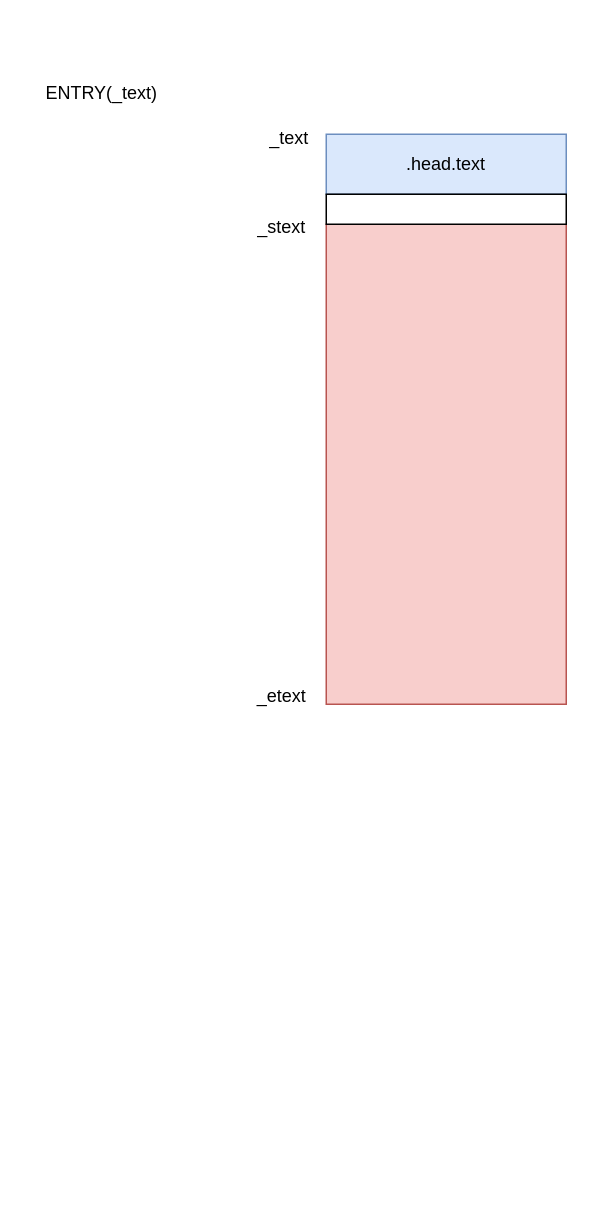
The draw.io diagram linux/linux_boot.drawio in Aspiresky/draw.io, before the edit. Source tidied: cells renumbered, new cells numbered last; positions are measured from the earlier drawing's top-left corner, leaving out a move shared by most shapes. Both pictures are drawn from the tidied source at 150%, with x=0, y=0 at pixel (26, 70).
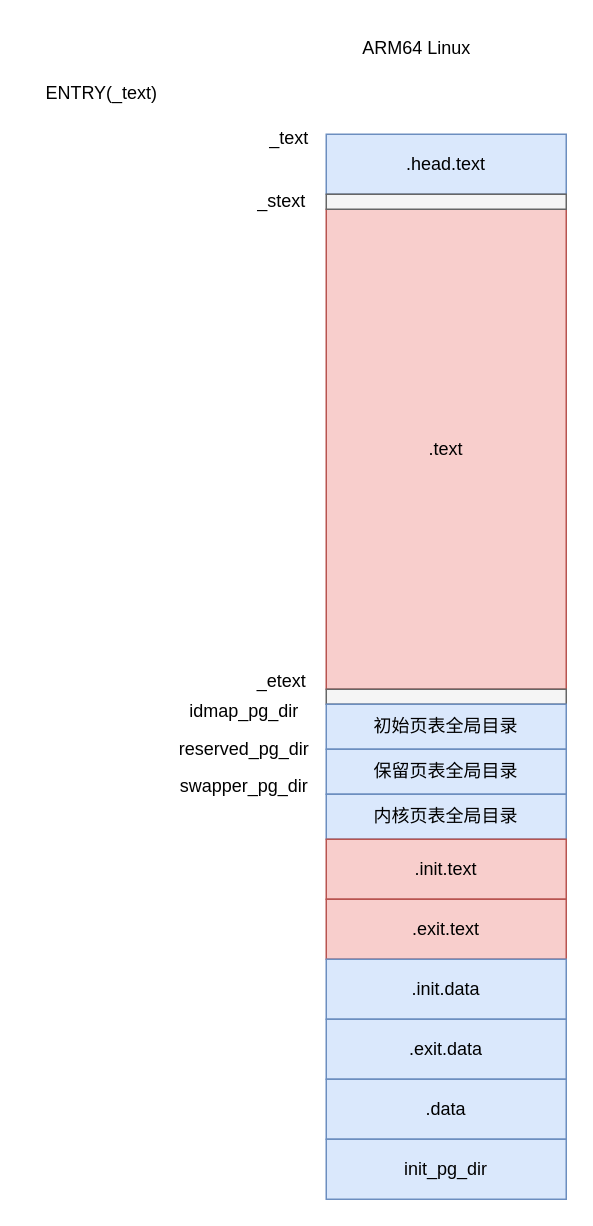
The same diagram, later.

What changed in the source:
```diff
@@
-    <mxCell id="3" style="rounded=0;whiteSpace=wrap;html=1;fillColor=#f8cecc;strokeColor=#b85450;" parent="1" vertex="1">
-      <mxGeometry x="200" y="102" width="160" height="320" as="geometry" />
+    <mxCell id="3" value=".text" style="rounded=0;whiteSpace=wrap;html=1;fillColor=#f8cecc;strokeColor=#b85450;" parent="1" vertex="1">
+      <mxGeometry x="200" y="92" width="160" height="320" as="geometry" />
     </mxCell>
@@
     <mxCell id="6" value="_stext" style="text;html=1;align=center;verticalAlign=middle;strokeColor=none;fillColor=none;" parent="1" vertex="1">
-      <mxGeometry x="140" y="89" width="60" height="30" as="geometry" />
+      <mxGeometry x="140" y="72" width="60" height="30" as="geometry" />
     </mxCell>
-    <mxCell id="7" style="rounded=0;whiteSpace=wrap;html=1;" parent="1" vertex="1">
-      <mxGeometry x="200" y="82" width="160" height="20" as="geometry" />
+    <mxCell id="7" style="rounded=0;whiteSpace=wrap;html=1;fillColor=#f5f5f5;fontColor=#333333;strokeColor=#666666;" parent="1" vertex="1">
+      <mxGeometry x="200" y="82" width="160" height="10" as="geometry" />
     </mxCell>
     <mxCell id="8" value="_etext" style="text;html=1;align=center;verticalAlign=middle;strokeColor=none;fillColor=none;" parent="1" vertex="1">
-      <mxGeometry x="140" y="402" width="60" height="30" as="geometry" />
+      <mxGeometry x="140" y="392" width="60" height="30" as="geometry" />
     </mxCell>
+    <mxCell id="9" style="rounded=0;whiteSpace=wrap;html=1;fillColor=#f5f5f5;fontColor=#333333;strokeColor=#666666;" parent="1" vertex="1">
+      <mxGeometry x="200" y="412" width="160" height="10" as="geometry" />
+    </mxCell>
+    <mxCell id="10" value="初始页表全局目录" style="rounded=0;whiteSpace=wrap;html=1;fillColor=#dae8fc;strokeColor=#6c8ebf;" parent="1" vertex="1">
+      <mxGeometry x="200" y="422" width="160" height="30" as="geometry" />
+    </mxCell>
+    <mxCell id="11" value="idmap_pg_dir" style="text;html=1;align=center;verticalAlign=middle;strokeColor=none;fillColor=none;" parent="1" vertex="1">
+      <mxGeometry x="95" y="412" width="100" height="30" as="geometry" />
+    </mxCell>
+    <mxCell id="12" value="保留页表全局目录" style="rounded=0;whiteSpace=wrap;html=1;fillColor=#dae8fc;strokeColor=#6c8ebf;" parent="1" vertex="1">
+      <mxGeometry x="200" y="452" width="160" height="30" as="geometry" />
+    </mxCell>
+    <mxCell id="13" value="内核页表全局目录" style="rounded=0;whiteSpace=wrap;html=1;fillColor=#dae8fc;strokeColor=#6c8ebf;" parent="1" vertex="1">
+      <mxGeometry x="200" y="482" width="160" height="30" as="geometry" />
+    </mxCell>
+    <mxCell id="14" value="reserved_pg_dir" style="text;html=1;align=center;verticalAlign=middle;strokeColor=none;fillColor=none;" parent="1" vertex="1">
+      <mxGeometry x="90" y="437" width="110" height="30" as="geometry" />
+    </mxCell>
+    <mxCell id="15" value="swapper_pg_dir" style="text;html=1;align=center;verticalAlign=middle;strokeColor=none;fillColor=none;" parent="1" vertex="1">
+      <mxGeometry x="90" y="462" width="110" height="30" as="geometry" />
+    </mxCell>
+    <mxCell id="16" value="ARM64 Linux" style="text;html=1;align=center;verticalAlign=middle;strokeColor=none;fillColor=none;" parent="1" vertex="1">
+      <mxGeometry x="210" y="-30" width="100" height="30" as="geometry" />
+    </mxCell>
+    <mxCell id="17" value=".init.text" style="rounded=0;whiteSpace=wrap;html=1;fillColor=#f8cecc;strokeColor=#b85450;" parent="1" vertex="1">
+      <mxGeometry x="200" y="512" width="160" height="40" as="geometry" />
+    </mxCell>
+    <mxCell id="18" value=".exit.text" style="rounded=0;whiteSpace=wrap;html=1;fillColor=#f8cecc;strokeColor=#b85450;" parent="1" vertex="1">
+      <mxGeometry x="200" y="552" width="160" height="40" as="geometry" />
+    </mxCell>
+    <mxCell id="19" value=".init.data" style="rounded=0;whiteSpace=wrap;html=1;fillColor=#dae8fc;strokeColor=#6c8ebf;" parent="1" vertex="1">
+      <mxGeometry x="200" y="592" width="160" height="40" as="geometry" />
+    </mxCell>
+    <mxCell id="20" value=".exit.data" style="rounded=0;whiteSpace=wrap;html=1;fillColor=#dae8fc;strokeColor=#6c8ebf;" parent="1" vertex="1">
+      <mxGeometry x="200" y="632" width="160" height="40" as="geometry" />
+    </mxCell>
+    <mxCell id="21" value=".data" style="rounded=0;whiteSpace=wrap;html=1;fillColor=#dae8fc;strokeColor=#6c8ebf;" parent="1" vertex="1">
+      <mxGeometry x="200" y="672" width="160" height="40" as="geometry" />
+    </mxCell>
+    <mxCell id="22" value="init_pg_dir" style="rounded=0;whiteSpace=wrap;html=1;fillColor=#dae8fc;strokeColor=#6c8ebf;" parent="1" vertex="1">
+      <mxGeometry x="200" y="712" width="160" height="40" as="geometry" />
+    </mxCell>
```
